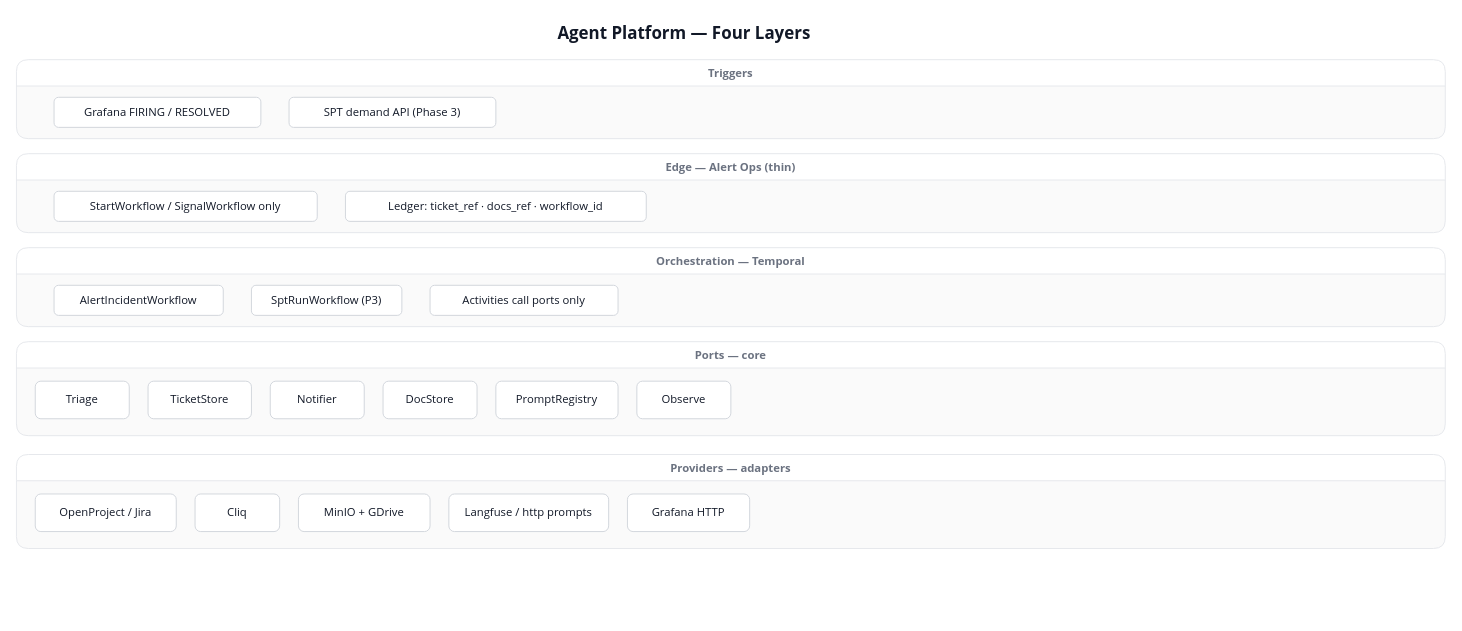
Above: page "Four Layers" (1 of 9) of docs/agent-platform/agent-platform.drawio in AM-Portfolio/am-agents (draw.io), before the change. Source tidied: cells renumbered, new cells numbered last; positions are measured from the earlier drawing's top-left corner, leaving out a move shared by most shapes. Both pictures are drawn from the tidied source at 94%, with x=0, y=0 at pixel (16, 16).
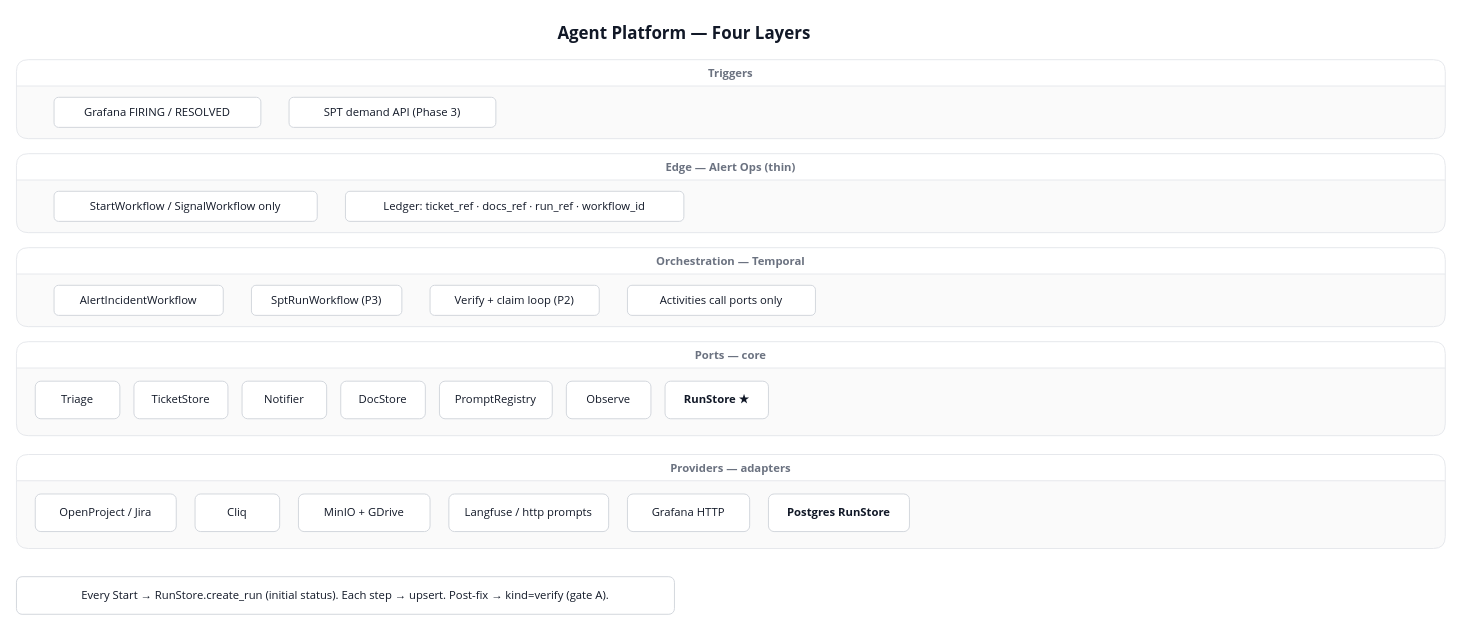
The same page after the edit.

Commit message (it also covers changes not shown here):
docs: update agent platform design and documentation for RunStore integration

The change refers to these unchanged cells:
```xml
<mxCell id="6" value="Edge — Alert Ops (thin)" style="swimlane;startSize=28;fillColor=#FFFFFF;strokeColor=#E5E7EB;fontStyle=1;rounded=1;fontColor=#6B7280;fontFamily=Segoe UI;swimlaneFillColor=#FAFAFA;" parent="1" vertex="1">
  <mxGeometry y="146" width="1520" height="84" as="geometry" />
</mxCell>
<mxCell id="9" value="Orchestration — Temporal" style="swimlane;startSize=28;fillColor=#FFFFFF;strokeColor=#E5E7EB;fontStyle=1;rounded=1;fontColor=#6B7280;fontFamily=Segoe UI;swimlaneFillColor=#FAFAFA;" parent="1" vertex="1">
  <mxGeometry y="246" width="1520" height="84" as="geometry" />
</mxCell>
<mxCell id="13" value="Ports — core" style="swimlane;startSize=28;fillColor=#FFFFFF;strokeColor=#E5E7EB;fontStyle=1;rounded=1;fontColor=#6B7280;fontFamily=Segoe UI;swimlaneFillColor=#FAFAFA;" parent="1" vertex="1">
  <mxGeometry y="346" width="1520" height="100" as="geometry" />
</mxCell>
<mxCell id="20" value="Providers — adapters" style="swimlane;startSize=28;fillColor=#FFFFFF;strokeColor=#E5E7EB;fontStyle=1;rounded=1;fontColor=#6B7280;fontFamily=Segoe UI;swimlaneFillColor=#FAFAFA;" parent="1" vertex="1">
  <mxGeometry y="466" width="1520" height="100" as="geometry" />
</mxCell>
```

Change to the diagram source:
```diff
@@
-    <mxCell id="8" value="Ledger: ticket_ref · docs_ref · workflow_id" style="rounded=1;whiteSpace=wrap;html=1;fillColor=#FFFFFF;fontColor=#111827;strokeColor=#D1D5DB;fontFamily=Segoe UI;" parent="6" vertex="1">
-      <mxGeometry x="350" y="40" width="320" height="32" as="geometry" />
+    <mxCell id="8" value="Ledger: ticket_ref · docs_ref · run_ref · workflow_id" style="rounded=1;whiteSpace=wrap;html=1;fillColor=#FFFFFF;fontColor=#111827;strokeColor=#D1D5DB;fontFamily=Segoe UI;" parent="6" vertex="1">
+      <mxGeometry x="350" y="40" width="360" height="32" as="geometry" />
     </mxCell>
@@
-    <mxCell id="12" value="Activities call ports only" style="rounded=1;whiteSpace=wrap;html=1;fillColor=#FFFFFF;fontColor=#111827;strokeColor=#D1D5DB;fontFamily=Segoe UI;" parent="9" vertex="1">
-      <mxGeometry x="440" y="40" width="200" height="32" as="geometry" />
+    <mxCell id="12" value="Verify + claim loop (P2)" style="rounded=1;whiteSpace=wrap;html=1;fillColor=#FFFFFF;fontColor=#111827;strokeColor=#D1D5DB;fontFamily=Segoe UI;" parent="9" vertex="1">
+      <mxGeometry x="440" y="40" width="180" height="32" as="geometry" />
     </mxCell>
+    <mxCell id="26" value="Activities call ports only" style="rounded=1;whiteSpace=wrap;html=1;fillColor=#FFFFFF;fontColor=#111827;strokeColor=#D1D5DB;fontFamily=Segoe UI;" parent="9" vertex="1">
+      <mxGeometry x="650" y="40" width="200" height="32" as="geometry" />
+    </mxCell>
@@
     <mxCell id="14" value="Triage" style="rounded=1;whiteSpace=wrap;html=1;fillColor=#FFFFFF;fontColor=#111827;strokeColor=#D1D5DB;fontFamily=Segoe UI;" parent="13" vertex="1">
-      <mxGeometry x="20" y="42" width="100" height="40" as="geometry" />
+      <mxGeometry x="20" y="42" width="90" height="40" as="geometry" />
     </mxCell>
     <mxCell id="15" value="TicketStore" style="rounded=1;whiteSpace=wrap;html=1;fillColor=#FFFFFF;fontColor=#111827;strokeColor=#D1D5DB;fontFamily=Segoe UI;" parent="13" vertex="1">
-      <mxGeometry x="140" y="42" width="110" height="40" as="geometry" />
+      <mxGeometry x="125" y="42" width="100" height="40" as="geometry" />
     </mxCell>
     <mxCell id="16" value="Notifier" style="rounded=1;whiteSpace=wrap;html=1;fillColor=#FFFFFF;fontColor=#111827;strokeColor=#D1D5DB;fontFamily=Segoe UI;" parent="13" vertex="1">
-      <mxGeometry x="270" y="42" width="100" height="40" as="geometry" />
+      <mxGeometry x="240" y="42" width="90" height="40" as="geometry" />
     </mxCell>
     <mxCell id="17" value="DocStore" style="rounded=1;whiteSpace=wrap;html=1;fillColor=#FFFFFF;fontColor=#111827;strokeColor=#D1D5DB;fontFamily=Segoe UI;" parent="13" vertex="1">
-      <mxGeometry x="390" y="42" width="100" height="40" as="geometry" />
+      <mxGeometry x="345" y="42" width="90" height="40" as="geometry" />
     </mxCell>
     <mxCell id="18" value="PromptRegistry" style="rounded=1;whiteSpace=wrap;html=1;fillColor=#FFFFFF;fontColor=#111827;strokeColor=#D1D5DB;fontFamily=Segoe UI;" parent="13" vertex="1">
-      <mxGeometry x="510" y="42" width="130" height="40" as="geometry" />
+      <mxGeometry x="450" y="42" width="120" height="40" as="geometry" />
     </mxCell>
     <mxCell id="19" value="Observe" style="rounded=1;whiteSpace=wrap;html=1;fillColor=#FFFFFF;fontColor=#111827;strokeColor=#D1D5DB;fontFamily=Segoe UI;" parent="13" vertex="1">
-      <mxGeometry x="660" y="42" width="100" height="40" as="geometry" />
+      <mxGeometry x="585" y="42" width="90" height="40" as="geometry" />
     </mxCell>
+    <mxCell id="27" value="RunStore ★" style="rounded=1;whiteSpace=wrap;html=1;fillColor=#FFFFFF;fontColor=#111827;strokeColor=#D1D5DB;fontFamily=Segoe UI;fontStyle=1;" parent="13" vertex="1">
+      <mxGeometry x="690" y="42" width="110" height="40" as="geometry" />
+    </mxCell>
@@
+    <mxCell id="28" value="Postgres RunStore" style="rounded=1;whiteSpace=wrap;html=1;fillColor=#FFFFFF;fontColor=#111827;strokeColor=#D1D5DB;fontFamily=Segoe UI;fontStyle=1;" parent="20" vertex="1">
+      <mxGeometry x="800" y="42" width="150" height="40" as="geometry" />
+    </mxCell>
+    <mxCell id="29" value="Every Start → RunStore.create_run (initial status). Each step → upsert. Post-fix → kind=verify (gate A)." style="rounded=1;whiteSpace=wrap;html=1;fillColor=#FFFFFF;fontColor=#111827;strokeColor=#D1D5DB;fontFamily=Segoe UI;" parent="1" vertex="1">
+      <mxGeometry y="596" width="700" height="40" as="geometry" />
+    </mxCell>
```
